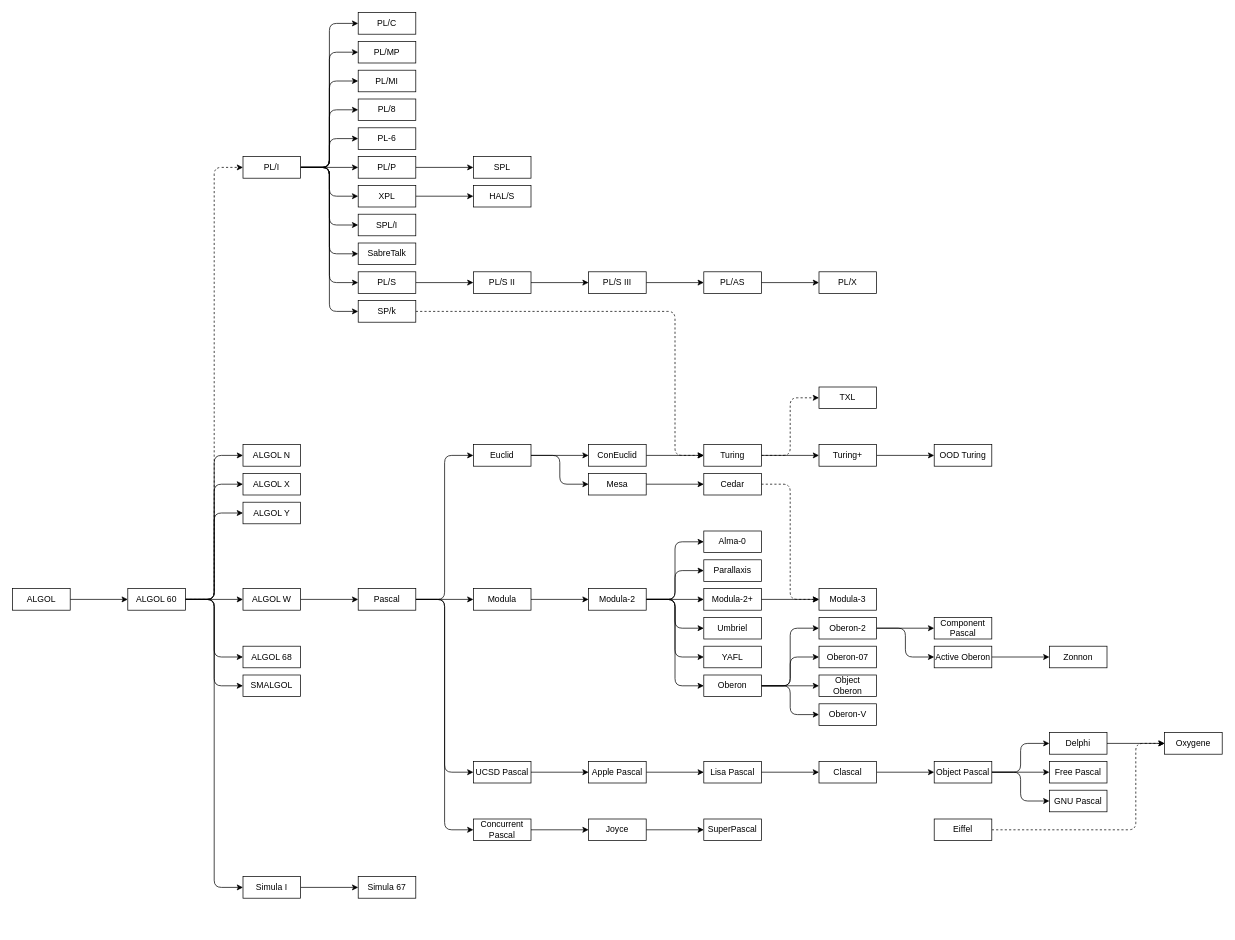
Before: pltree.drawio in lexitoria/pltree, a draw.io diagram. Source tidied: cells renumbered, new cells numbered last; positions are measured from the earlier drawing's top-left corner, leaving out a move shared by most shapes. Both pictures are drawn from the tidied source at 72%, with x=0, y=0 at pixel (12, 12).
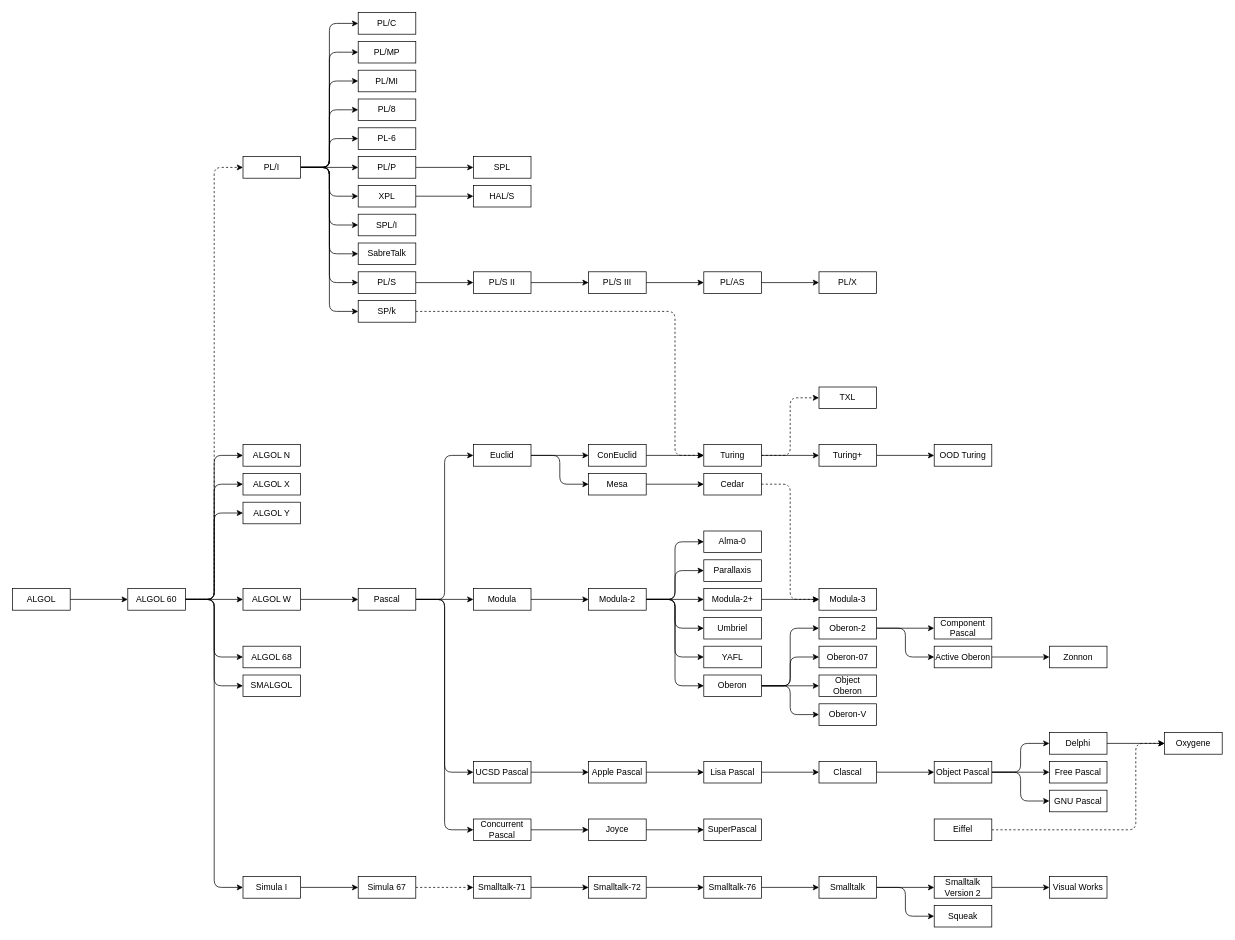
The same diagram, later.

Commit message:
Add Smalltalk tree

The change refers to these unchanged cells:
```xml
<mxCell id="133" value="Simula 67" style="rounded=0;whiteSpace=wrap;html=1;" parent="1" vertex="1">
  <mxGeometry x="480" y="1200" width="80" height="30" as="geometry" />
</mxCell>
```

Diff of the diagram source:
```diff
@@
+    <mxCell id="135" style="edgeStyle=orthogonalEdgeStyle;jettySize=auto;html=1;exitX=1;exitY=0.5;exitDx=0;exitDy=0;entryX=0;entryY=0.5;entryDx=0;entryDy=0;fontFamily=Helvetica;fontSize=12;fontColor=default;dashed=1;" parent="1" edge="1" source="133" target="137">
+      <mxGeometry relative="1" as="geometry" />
+    </mxCell>
@@
+    <mxCell id="136" style="edgeStyle=orthogonalEdgeStyle;jettySize=auto;html=1;exitX=1;exitY=0.5;exitDx=0;exitDy=0;fontFamily=Helvetica;fontSize=12;fontColor=default;" parent="1" edge="1" source="137" target="139">
+      <mxGeometry relative="1" as="geometry" />
+    </mxCell>
+    <mxCell id="137" value="Smalltalk-71" style="rounded=0;whiteSpace=wrap;html=1;" parent="1" vertex="1">
+      <mxGeometry x="640" y="1200" width="80" height="30" as="geometry" />
+    </mxCell>
+    <mxCell id="138" style="edgeStyle=orthogonalEdgeStyle;jettySize=auto;html=1;exitX=1;exitY=0.5;exitDx=0;exitDy=0;entryX=0;entryY=0.5;entryDx=0;entryDy=0;fontFamily=Helvetica;fontSize=12;fontColor=default;" parent="1" edge="1" source="139" target="141">
+      <mxGeometry relative="1" as="geometry" />
+    </mxCell>
+    <mxCell id="139" value="Smalltalk-72" style="rounded=0;whiteSpace=wrap;html=1;" parent="1" vertex="1">
+      <mxGeometry x="800" y="1200" width="80" height="30" as="geometry" />
+    </mxCell>
+    <mxCell id="140" style="edgeStyle=orthogonalEdgeStyle;jettySize=auto;html=1;exitX=1;exitY=0.5;exitDx=0;exitDy=0;entryX=0;entryY=0.5;entryDx=0;entryDy=0;fontFamily=Helvetica;fontSize=12;fontColor=default;" parent="1" edge="1" source="141" target="144">
+      <mxGeometry relative="1" as="geometry" />
+    </mxCell>
+    <mxCell id="141" value="Smalltalk-76" style="rounded=0;whiteSpace=wrap;html=1;" parent="1" vertex="1">
+      <mxGeometry x="960" y="1200" width="80" height="30" as="geometry" />
+    </mxCell>
+    <mxCell id="142" style="edgeStyle=orthogonalEdgeStyle;jettySize=auto;html=1;exitX=1;exitY=0.5;exitDx=0;exitDy=0;fontFamily=Helvetica;fontSize=12;fontColor=default;" parent="1" edge="1" source="144" target="146">
+      <mxGeometry relative="1" as="geometry" />
+    </mxCell>
+    <mxCell id="143" style="edgeStyle=orthogonalEdgeStyle;jettySize=auto;html=1;exitX=1;exitY=0.5;exitDx=0;exitDy=0;entryX=0;entryY=0.5;entryDx=0;entryDy=0;fontFamily=Helvetica;fontSize=12;fontColor=default;" parent="1" edge="1" source="144" target="148">
+      <mxGeometry relative="1" as="geometry" />
+    </mxCell>
+    <mxCell id="144" value="Smalltalk" style="rounded=0;whiteSpace=wrap;html=1;" parent="1" vertex="1">
+      <mxGeometry x="1120" y="1200" width="80" height="30" as="geometry" />
+    </mxCell>
+    <mxCell id="145" style="edgeStyle=orthogonalEdgeStyle;jettySize=auto;html=1;exitX=1;exitY=0.5;exitDx=0;exitDy=0;entryX=0;entryY=0.5;entryDx=0;entryDy=0;fontFamily=Helvetica;fontSize=12;fontColor=default;" parent="1" edge="1" source="146" target="147">
+      <mxGeometry relative="1" as="geometry" />
+    </mxCell>
+    <mxCell id="146" value="Smalltalk Version 2" style="rounded=0;whiteSpace=wrap;html=1;" parent="1" vertex="1">
+      <mxGeometry x="1280" y="1200" width="80" height="30" as="geometry" />
+    </mxCell>
+    <mxCell id="147" value="Visual Works" style="rounded=0;whiteSpace=wrap;html=1;" parent="1" vertex="1">
+      <mxGeometry x="1440" y="1200" width="80" height="30" as="geometry" />
+    </mxCell>
+    <mxCell id="148" value="Squeak" style="rounded=0;whiteSpace=wrap;html=1;" parent="1" vertex="1">
+      <mxGeometry x="1280" y="1240" width="80" height="30" as="geometry" />
+    </mxCell>
```
